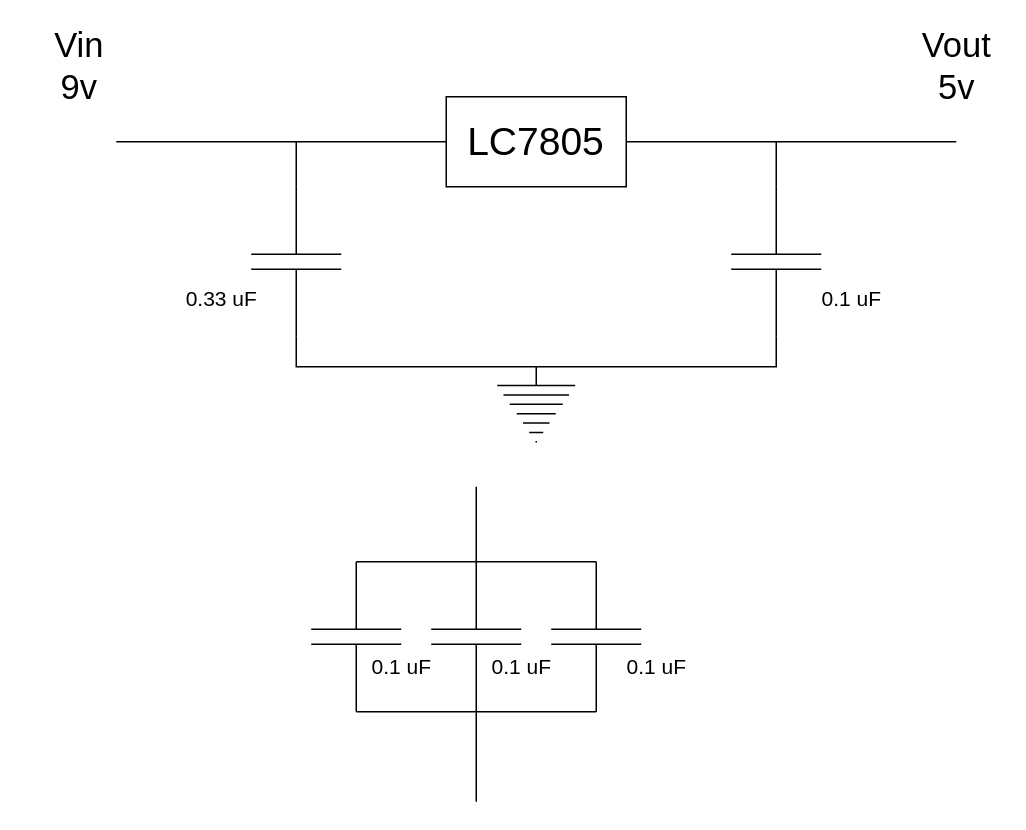
Before: power_board.drawio in dimitrivinet/e-es_project, a draw.io diagram. Source tidied: cells renumbered, new cells numbered last; positions are measured from the earlier drawing's top-left corner, leaving out a move shared by most shapes. Both pictures are drawn from the tidied source at 150%, with x=0, y=0 at pixel (40, 36).
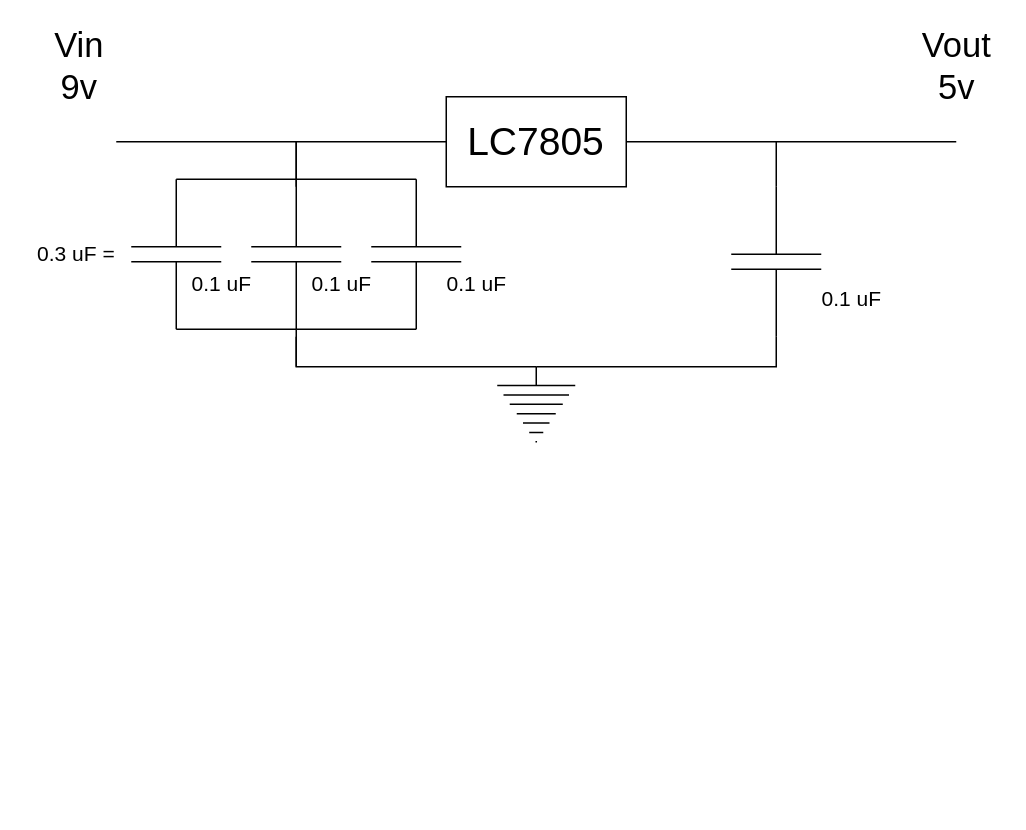
Above is the later version.

Commit message:
Update power_board

The change refers to these unchanged cells:
```xml
<mxCell id="9" style="verticalLabelPosition=bottom;shadow=0;dashed=0;align=center;html=1;verticalAlign=top;shape=mxgraph.electrical.signal_sources.protective_earth;" parent="1" vertex="1">
  <mxGeometry x="304" y="220" width="52" height="50" as="geometry" />
</mxCell>
```

The edit, as a diff of the source:
```diff
@@
-    <mxCell id="7" style="verticalLabelPosition=bottom;shadow=0;dashed=0;align=center;html=1;verticalAlign=top;shape=mxgraph.electrical.capacitors.capacitor_1;rotation=90;" parent="1" vertex="1">
-      <mxGeometry x="120" y="120" width="100" height="60" as="geometry" />
-    </mxCell>
@@
-    <mxCell id="10" style="endArrow=none;html=1;entryX=0;entryY=0.5;entryDx=0;entryDy=0;entryPerimeter=0;" parent="1" edge="1" target="7">
+    <mxCell id="10" style="endArrow=none;html=1;entryX=0;entryY=0.5;entryDx=0;entryDy=0;entryPerimeter=0;" parent="1" edge="1">
       <mxGeometry relative="1" as="geometry">
         <mxPoint x="170" y="70" as="sourcePoint" />
+        <mxPoint x="170" y="100" as="targetPoint" />
       </mxGeometry>
     </mxCell>
-    <mxCell id="11" style="endArrow=none;html=1;exitX=1;exitY=0.5;exitDx=0;exitDy=0;exitPerimeter=0;entryX=0.5;entryY=0;entryDx=0;entryDy=0;entryPerimeter=0;rounded=0;" parent="1" edge="1" source="7" target="9">
+    <mxCell id="11" style="endArrow=none;html=1;exitX=1;exitY=0.5;exitDx=0;exitDy=0;exitPerimeter=0;entryX=0.5;entryY=0;entryDx=0;entryDy=0;entryPerimeter=0;rounded=0;" parent="1" edge="1" target="9">
       <mxGeometry relative="1" as="geometry">
+        <mxPoint x="170" y="200" as="sourcePoint" />
         <Array as="points">
           <mxPoint x="170" y="220" />
         </Array>
       </mxGeometry>
     </mxCell>
@@
-    <mxCell id="14" value="&lt;font style=&quot;font-size: 14px&quot;&gt;0.33 uF&lt;br&gt;&lt;/font&gt;" style="text;html=1;align=center;verticalAlign=middle;" parent="1" vertex="1">
-      <mxGeometry x="90" y="165" width="60" height="20" as="geometry" />
+    <mxCell id="14" value="&lt;font style=&quot;font-size: 14px&quot;&gt;0.3 uF =&amp;nbsp; &lt;br&gt;&lt;/font&gt;" style="text;html=1;align=center;verticalAlign=middle;" parent="1" vertex="1">
+      <mxGeometry x="-10" y="135" width="70" height="20" as="geometry" />
     </mxCell>
@@
     <mxCell id="16" style="verticalLabelPosition=bottom;shadow=0;dashed=0;align=center;html=1;verticalAlign=top;shape=mxgraph.electrical.capacitors.capacitor_1;rotation=90;" parent="1" vertex="1">
-      <mxGeometry x="160" y="370" width="100" height="60" as="geometry" />
+      <mxGeometry x="40" y="115" width="100" height="60" as="geometry" />
     </mxCell>
     <mxCell id="17" style="verticalLabelPosition=bottom;shadow=0;dashed=0;align=center;html=1;verticalAlign=top;shape=mxgraph.electrical.capacitors.capacitor_1;rotation=90;" parent="1" vertex="1">
-      <mxGeometry x="240" y="370" width="100" height="60" as="geometry" />
+      <mxGeometry x="120" y="115" width="100" height="60" as="geometry" />
     </mxCell>
     <mxCell id="18" style="verticalLabelPosition=bottom;shadow=0;dashed=0;align=center;html=1;verticalAlign=top;shape=mxgraph.electrical.capacitors.capacitor_1;rotation=90;" parent="1" vertex="1">
-      <mxGeometry x="320" y="370" width="100" height="60" as="geometry" />
+      <mxGeometry x="200" y="115" width="100" height="60" as="geometry" />
     </mxCell>
@@
     <mxCell id="23" style="endArrow=none;html=1;" parent="1" edge="1">
       <mxGeometry relative="1" as="geometry">
-        <mxPoint x="290" y="450" as="sourcePoint" />
-        <mxPoint x="290" y="510" as="targetPoint" />
+        <mxPoint x="170" y="195" as="sourcePoint" />
+        <mxPoint x="170" y="220" as="targetPoint" />
       </mxGeometry>
     </mxCell>
     <mxCell id="24" style="endArrow=none;html=1;" parent="1" edge="1">
       <mxGeometry relative="1" as="geometry">
-        <mxPoint x="290" y="350" as="sourcePoint" />
-        <mxPoint x="290" y="300" as="targetPoint" />
+        <mxPoint x="170" y="95" as="sourcePoint" />
+        <mxPoint x="170" y="70" as="targetPoint" />
       </mxGeometry>
     </mxCell>
     <mxCell id="25" value="&lt;font style=&quot;font-size: 14px&quot;&gt;0.1 uF&lt;br&gt;&lt;/font&gt;" style="text;html=1;align=center;verticalAlign=middle;" parent="1" vertex="1">
-      <mxGeometry x="380" y="410" width="60" height="20" as="geometry" />
+      <mxGeometry x="260" y="155" width="60" height="20" as="geometry" />
     </mxCell>
     <mxCell id="26" value="&lt;font style=&quot;font-size: 14px&quot;&gt;0.1 uF&lt;br&gt;&lt;/font&gt;" style="text;html=1;align=center;verticalAlign=middle;" parent="1" vertex="1">
-      <mxGeometry x="290" y="410" width="60" height="20" as="geometry" />
+      <mxGeometry x="170" y="155" width="60" height="20" as="geometry" />
     </mxCell>
     <mxCell id="27" value="&lt;font style=&quot;font-size: 14px&quot;&gt;0.1 uF&lt;br&gt;&lt;/font&gt;" style="text;html=1;align=center;verticalAlign=middle;" parent="1" vertex="1">
-      <mxGeometry x="210" y="410" width="60" height="20" as="geometry" />
+      <mxGeometry x="90" y="155" width="60" height="20" as="geometry" />
     </mxCell>
```
